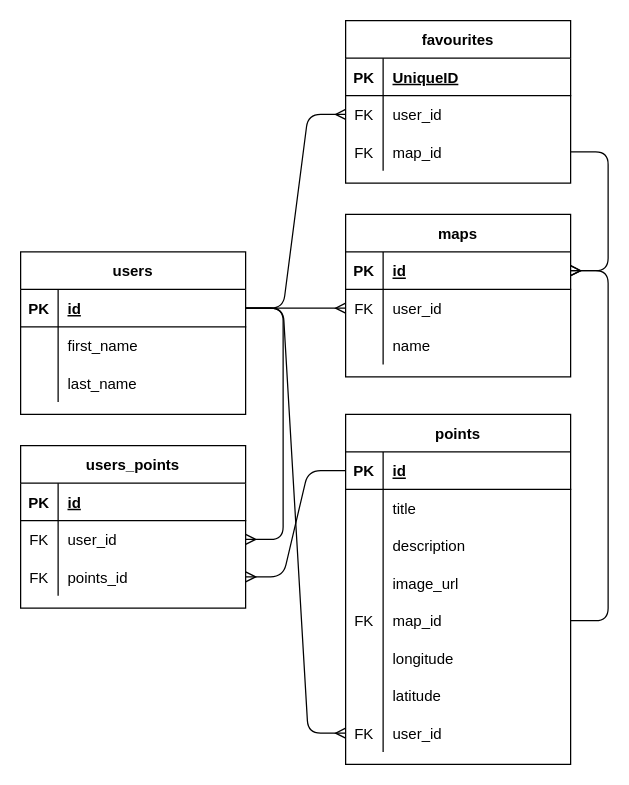
Earlier version of the draw.io diagram planning/midterm_ERD.drawio (StewartMck/mapit). Source tidied: cells renumbered, new cells numbered last; positions are measured from the earlier drawing's top-left corner, leaving out a move shared by most shapes. Both pictures are drawn from the tidied source at 125%, with x=0, y=0 at pixel (20, 20).
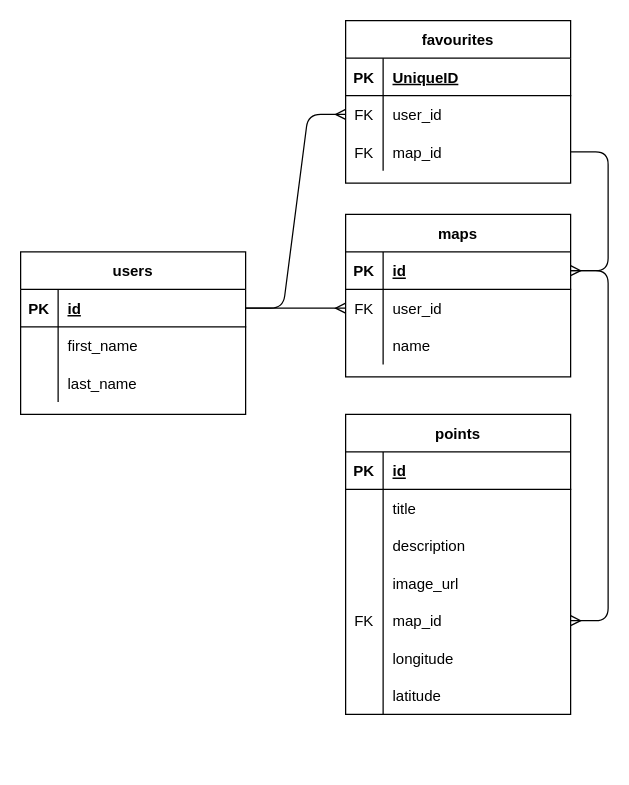
The same diagram, later.

Unchanged cells that the change refers to:
```xml
<mxCell id="3" style="shape=partialRectangle;fillColor=none;top=0;left=0;bottom=1;right=0;points=[[0,0.5],[1,0.5]];portConstraint=eastwest;" parent="2" vertex="1">
  <mxGeometry y="30" width="180" height="30" as="geometry" />
</mxCell>
<mxCell id="13" style="shape=partialRectangle;fillColor=none;top=0;left=0;bottom=1;right=0;points=[[0,0.5],[1,0.5]];portConstraint=eastwest;" parent="12" vertex="1">
  <mxGeometry y="30" width="180" height="30" as="geometry" />
</mxCell>
<mxCell id="33" style="shape=partialRectangle;fillColor=none;top=0;left=0;bottom=1;right=0;points=[[0,0.5],[1,0.5]];portConstraint=eastwest;" parent="32" vertex="1">
  <mxGeometry y="30" width="180" height="30" as="geometry" />
</mxCell>
<mxCell id="45" style="shape=partialRectangle;fillColor=none;top=0;left=0;bottom=0;right=0;points=[[0,0.5],[1,0.5]];portConstraint=eastwest;" parent="32" vertex="1">
  <mxGeometry y="150" width="180" height="30" as="geometry" />
</mxCell>
```

Diff of the diagram source:
```diff
@@
     <mxCell id="32" value="points" style="shape=table;startSize=30;childLayout=tableLayout;rowLines=0;fontStyle=1;align=center;" parent="1" vertex="1">
-      <mxGeometry x="260" y="315" width="180" height="280" as="geometry" />
+      <mxGeometry x="260" y="315" width="180" height="240" as="geometry" />
     </mxCell>
@@
-    <mxCell id="54" style="shape=partialRectangle;fillColor=none;top=0;left=0;bottom=0;right=0;points=[[0,0.5],[1,0.5]];portConstraint=eastwest;" parent="32" vertex="1">
-      <mxGeometry y="240" width="180" height="30" as="geometry" />
-    </mxCell>
-    <mxCell id="55" value="FK" style="shape=partialRectangle;fillColor=none;top=0;left=0;bottom=0;right=0;overflow=hidden;" parent="54" vertex="1">
-      <mxGeometry width="30" height="30" as="geometry" />
-    </mxCell>
-    <mxCell id="56" value="user_id" style="shape=partialRectangle;fillColor=none;top=0;left=0;bottom=0;right=0;align=left;spacingLeft=6;overflow=hidden;" parent="54" vertex="1">
-      <mxGeometry x="30" width="150" height="30" as="geometry" />
-    </mxCell>
@@
-    <mxCell id="58" style="edgeStyle=entityRelationEdgeStyle;fontSize=12;html=1;endArrow=ERmany;exitX=1;exitY=0.5;exitDx=0;exitDy=0;entryX=1;entryY=0.5;entryDx=0;entryDy=0;" parent="1" edge="1" source="45" target="3">
+    <mxCell id="58" style="edgeStyle=entityRelationEdgeStyle;fontSize=12;html=1;endArrow=ERmany;" parent="1" edge="1" source="3" target="45">
       <mxGeometry relative="1" as="geometry" />
     </mxCell>
@@
-    <mxCell id="61" value="users_points" style="shape=table;startSize=30;childLayout=tableLayout;rowLines=0;fontStyle=1;align=center;" parent="1" vertex="1">
-      <mxGeometry y="340" width="180" height="130" as="geometry" />
-    </mxCell>
-    <mxCell id="62" style="shape=partialRectangle;fillColor=none;top=0;left=0;bottom=1;right=0;" parent="61" vertex="1">
-      <mxGeometry y="30" width="180" height="30" as="geometry" />
-    </mxCell>
-    <mxCell id="63" value="PK" style="shape=partialRectangle;fillColor=none;top=0;left=0;bottom=0;right=0;fontStyle=1;overflow=hidden;" parent="62" vertex="1">
-      <mxGeometry width="30" height="30" as="geometry" />
-    </mxCell>
-    <mxCell id="64" value="id" style="shape=partialRectangle;fillColor=none;top=0;left=0;bottom=0;right=0;align=left;spacingLeft=6;fontStyle=5;overflow=hidden;" parent="62" vertex="1">
-      <mxGeometry x="30" width="150" height="30" as="geometry" />
-    </mxCell>
-    <mxCell id="65" style="shape=partialRectangle;fillColor=none;top=0;left=0;bottom=0;right=0;points=[[0,0.5],[1,0.5]];portConstraint=eastwest;" parent="61" vertex="1">
-      <mxGeometry y="60" width="180" height="30" as="geometry" />
-    </mxCell>
-    <mxCell id="66" value="FK" style="shape=partialRectangle;fillColor=none;top=0;left=0;bottom=0;right=0;overflow=hidden;" parent="65" vertex="1">
-      <mxGeometry width="30" height="30" as="geometry" />
-    </mxCell>
-    <mxCell id="67" value="user_id" style="shape=partialRectangle;fillColor=none;top=0;left=0;bottom=0;right=0;align=left;spacingLeft=6;overflow=hidden;" parent="65" vertex="1">
-      <mxGeometry x="30" width="150" height="30" as="geometry" />
-    </mxCell>
-    <mxCell id="68" style="shape=partialRectangle;fillColor=none;top=0;left=0;bottom=0;right=0;points=[[0,0.5],[1,0.5]];portConstraint=eastwest;" parent="61" vertex="1">
-      <mxGeometry y="90" width="180" height="30" as="geometry" />
-    </mxCell>
-    <mxCell id="69" value="FK" style="shape=partialRectangle;fillColor=none;top=0;left=0;bottom=0;right=0;overflow=hidden;" parent="68" vertex="1">
-      <mxGeometry width="30" height="30" as="geometry" />
-    </mxCell>
-    <mxCell id="70" value="points_id" style="shape=partialRectangle;fillColor=none;top=0;left=0;bottom=0;right=0;align=left;spacingLeft=6;overflow=hidden;" parent="68" vertex="1">
-      <mxGeometry x="30" width="150" height="30" as="geometry" />
-    </mxCell>
-    <mxCell id="71" style="edgeStyle=entityRelationEdgeStyle;fontSize=12;html=1;endArrow=ERmany;exitX=1;exitY=0.5;exitDx=0;exitDy=0;entryX=0;entryY=0.5;entryDx=0;entryDy=0;" parent="1" edge="1" source="13" target="54">
-      <mxGeometry relative="1" as="geometry" />
-    </mxCell>
-    <mxCell id="72" style="edgeStyle=entityRelationEdgeStyle;fontSize=12;html=1;endArrow=ERmany;exitX=1;exitY=0.5;exitDx=0;exitDy=0;entryX=1;entryY=0.5;entryDx=0;entryDy=0;" parent="1" edge="1" source="13" target="65">
-      <mxGeometry relative="1" as="geometry" />
-    </mxCell>
@@
-    <mxCell id="74" style="edgeStyle=entityRelationEdgeStyle;fontSize=12;html=1;endArrow=ERmany;exitX=0;exitY=0.5;exitDx=0;exitDy=0;entryX=1;entryY=0.5;entryDx=0;entryDy=0;" parent="1" edge="1" source="33" target="68">
-      <mxGeometry relative="1" as="geometry" />
-    </mxCell>
```
